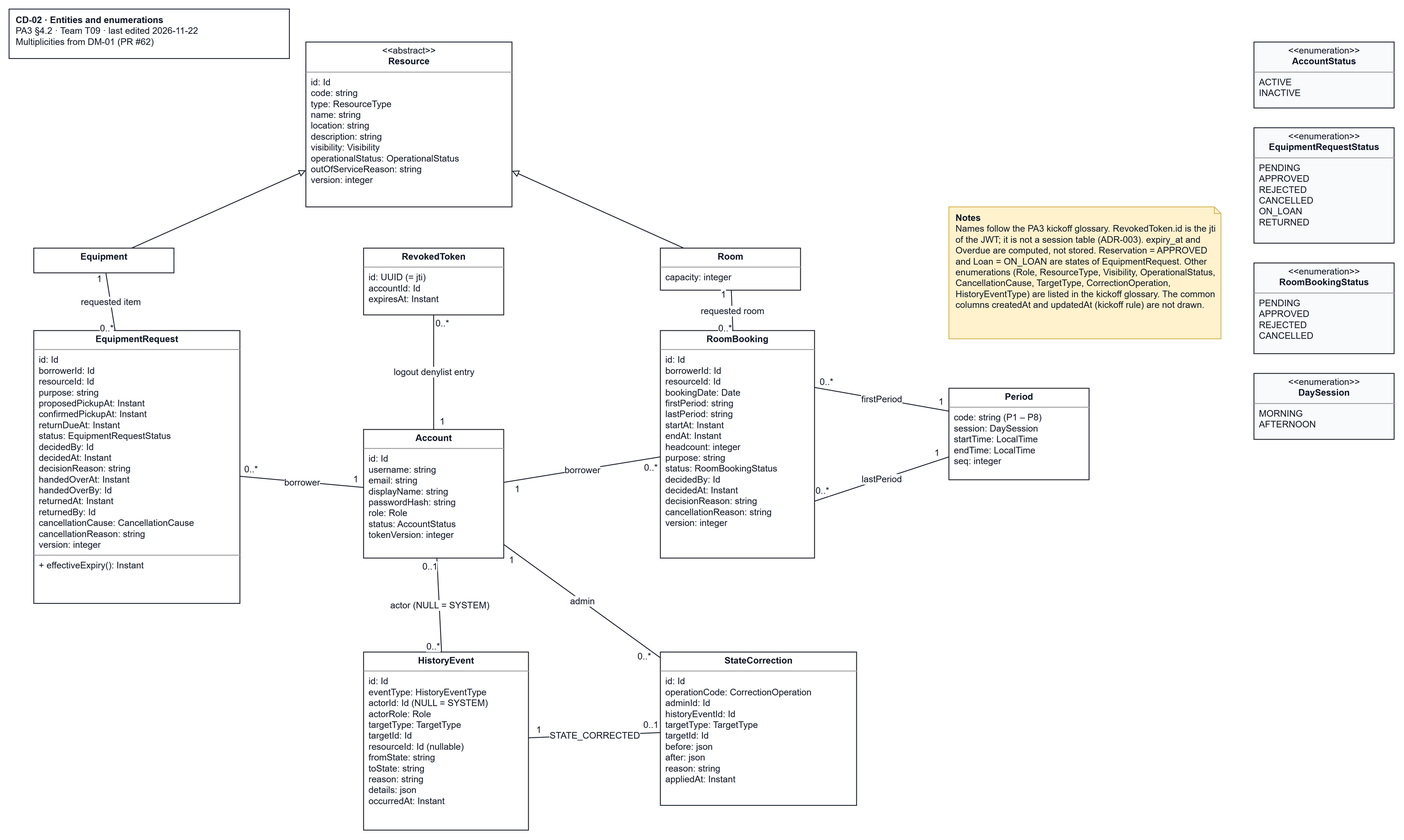
Above: docs/design/diagrams/CD-02_entities.drawio.png in JuliaTrang/T09-CampusBorrow (draw.io), before the change. Source tidied: cells renumbered, new cells last; positions are measured from the earlier drawing's top-left corner, leaving out a move shared by most shapes.
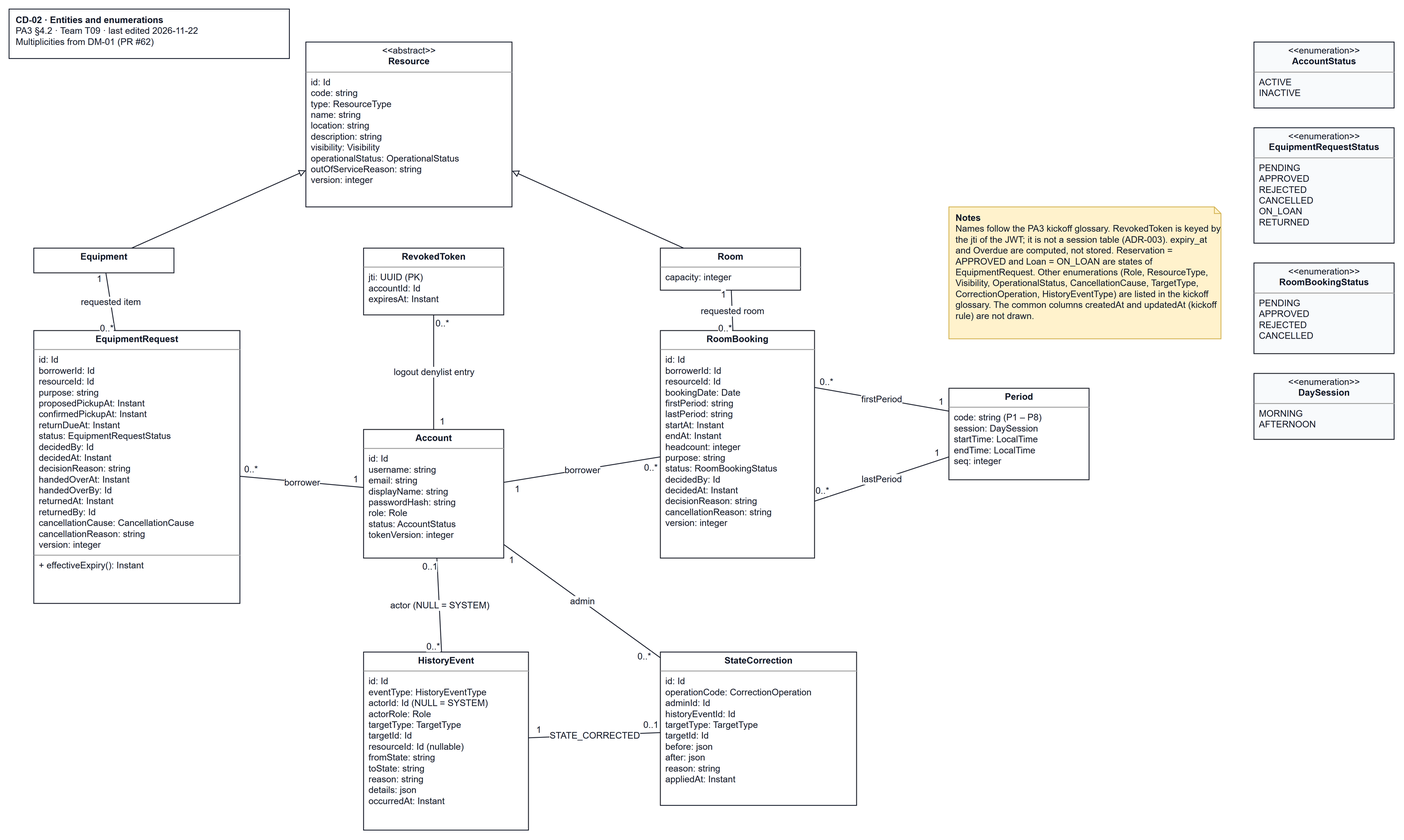
Above is the later version.

Diff of the diagram source:
```diff
@@ -14,7 +14,7 @@
     <mxCell id="5" value="&lt;p style=&quot;margin:0px;margin-top:4px;text-align:center;&quot;&gt;&lt;b&gt;Room&lt;/b&gt;&lt;/p&gt;&lt;hr size=&quot;1&quot;/&gt;&lt;p style=&quot;margin:0px;margin-left:6px;&quot;&gt;capacity: integer&lt;/p&gt;" style="verticalAlign=top;align=left;overflow=fill;html=1;whiteSpace=wrap;rounded=0;strokeColor=#111827;fillColor=#ffffff;fontFamily=Arial;fontSize=11;fontColor=#111827;" parent="1" vertex="1">
       <mxGeometry x="790" y="290" width="170" height="51" as="geometry" />
     </mxCell>
-    <mxCell id="6" value="&lt;p style=&quot;margin:0px;margin-top:4px;text-align:center;&quot;&gt;&lt;b&gt;RevokedToken&lt;/b&gt;&lt;/p&gt;&lt;hr size=&quot;1&quot;/&gt;&lt;p style=&quot;margin:0px;margin-left:6px;&quot;&gt;id: UUID  (= jti)&lt;br&gt;accountId: Id&lt;br&gt;expiresAt: Instant&lt;/p&gt;" style="verticalAlign=top;align=left;overflow=fill;html=1;whiteSpace=wrap;rounded=0;strokeColor=#111827;fillColor=#ffffff;fontFamily=Arial;fontSize=11;fontColor=#111827;" parent="1" vertex="1">
+    <mxCell id="6" value="&lt;p style=&quot;margin:0px;margin-top:4px;text-align:center;&quot;&gt;&lt;b&gt;RevokedToken&lt;/b&gt;&lt;/p&gt;&lt;hr size=&quot;1&quot;/&gt;&lt;p style=&quot;margin:0px;margin-left:6px;&quot;&gt;jti: UUID (PK)&lt;br&gt;accountId: Id&lt;br&gt;expiresAt: Instant&lt;/p&gt;" style="verticalAlign=top;align=left;overflow=fill;html=1;whiteSpace=wrap;rounded=0;strokeColor=#111827;fillColor=#ffffff;fontFamily=Arial;fontSize=11;fontColor=#111827;" parent="1" vertex="1">
       <mxGeometry x="430" y="290" width="170" height="81" as="geometry" />
     </mxCell>
     <mxCell id="7" value="&lt;p style=&quot;margin:0px;margin-top:4px;text-align:center;&quot;&gt;&lt;b&gt;EquipmentRequest&lt;/b&gt;&lt;/p&gt;&lt;hr size=&quot;1&quot;/&gt;&lt;p style=&quot;margin:0px;margin-left:6px;&quot;&gt;id: Id&lt;br&gt;borrowerId: Id&lt;br&gt;resourceId: Id&lt;br&gt;purpose: string&lt;br&gt;proposedPickupAt: Instant&lt;br&gt;confirmedPickupAt: Instant&lt;br&gt;returnDueAt: Instant&lt;br&gt;status: EquipmentRequestStatus&lt;br&gt;decidedBy: Id&lt;br&gt;decidedAt: Instant&lt;br&gt;decisionReason: string&lt;br&gt;handedOverAt: Instant&lt;br&gt;handedOverBy: Id&lt;br&gt;returnedAt: Instant&lt;br&gt;returnedBy: Id&lt;br&gt;cancellationCause: CancellationCause&lt;br&gt;cancellationReason: string&lt;br&gt;version: integer&lt;/p&gt;&lt;hr size=&quot;1&quot;/&gt;&lt;p style=&quot;margin:0px;margin-left:6px;&quot;&gt;+ effectiveExpiry(): Instant&lt;/p&gt;" style="verticalAlign=top;align=left;overflow=fill;html=1;whiteSpace=wrap;rounded=0;strokeColor=#111827;fillColor=#ffffff;fontFamily=Arial;fontSize=11;fontColor=#111827;" parent="1" vertex="1">
@@ -143,7 +143,7 @@
     <mxCell id="48" value="1" style="edgeLabel;html=1;align=center;verticalAlign=middle;fontFamily=Arial;fontSize=11;fontColor=#111827;" parent="46" vertex="1">
       <mxGeometry x="0.85" y="-10" relative="1" as="geometry" />
     </mxCell>
-    <mxCell id="49" value="&lt;b&gt;Notes&lt;/b&gt;&lt;br&gt;Names follow the PA3 kickoff glossary. RevokedToken.id is the jti of the JWT; it is not a session table (ADR-003). expiry_at and Overdue are computed, not stored. Reservation = APPROVED and Loan = ON_LOAN are states of EquipmentRequest. Other enumerations (Role, ResourceType, Visibility, OperationalStatus, CancellationCause, TargetType, CorrectionOperation, HistoryEventType) are listed in the kickoff glossary. The common columns createdAt and updatedAt (kickoff rule) are not drawn." style="shape=note;size=8;whiteSpace=wrap;html=1;align=left;verticalAlign=top;spacingLeft=6;fillColor=#fff2cc;strokeColor=#d6b656;fontFamily=Arial;fontSize=11;fontColor=#111827;" parent="1" vertex="1">
+    <mxCell id="49" value="&lt;b&gt;Notes&lt;/b&gt;&lt;br&gt;Names follow the PA3 kickoff glossary. RevokedToken is keyed by the jti of the JWT; it is not a session table (ADR-003). expiry_at and Overdue are computed, not stored. Reservation = APPROVED and Loan = ON_LOAN are states of EquipmentRequest. Other enumerations (Role, ResourceType, Visibility, OperationalStatus, CancellationCause, TargetType, CorrectionOperation, HistoryEventType) are listed in the kickoff glossary. The common columns createdAt and updatedAt (kickoff rule) are not drawn." style="shape=note;size=8;whiteSpace=wrap;html=1;align=left;verticalAlign=top;spacingLeft=6;fillColor=#fff2cc;strokeColor=#d6b656;fontFamily=Arial;fontSize=11;fontColor=#111827;" parent="1" vertex="1">
       <mxGeometry x="1140" y="240" width="330" height="160" as="geometry" />
     </mxCell>
   </root>
```
